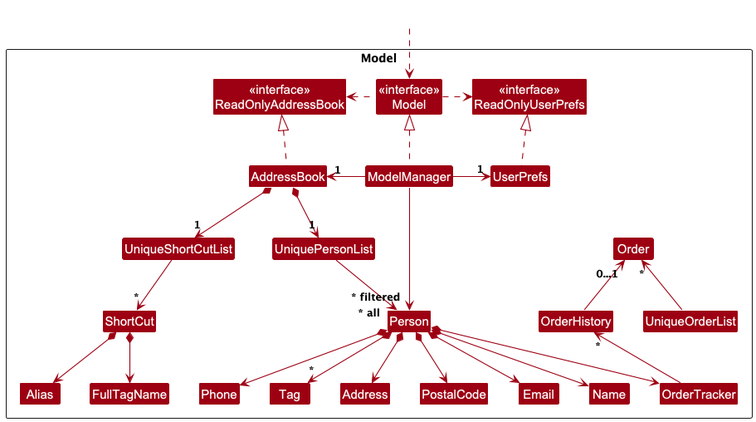
Before: docs/images/ModelClassDiagram.png, a diagram exported from PlantUML (nus-cs2103-AY2425S1/tp). Its source is kept beside it as docs/diagrams/ModelClassDiagram.puml.
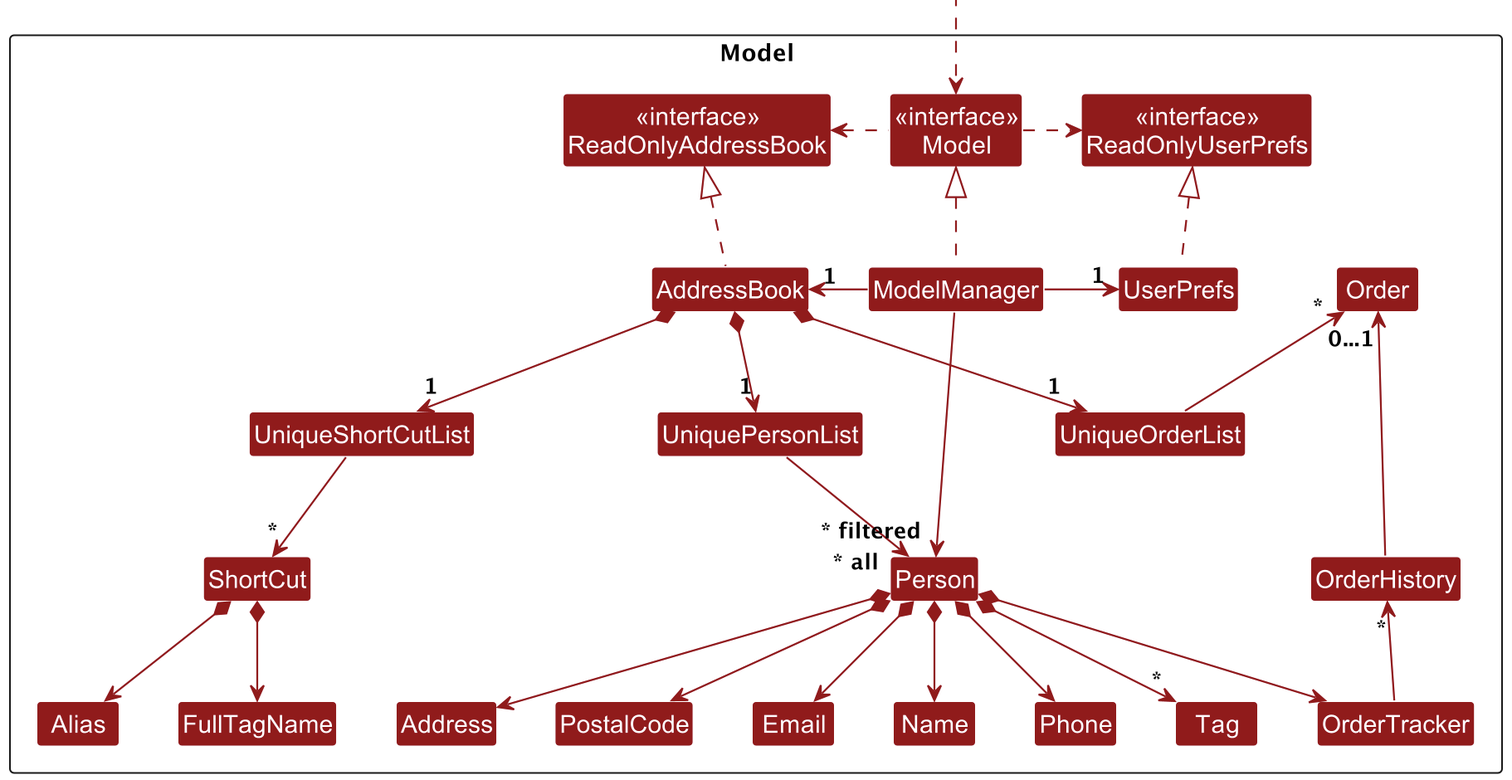
The same file after the commit.

Change to the diagram source:
```diff
@@ -59,6 +59,7 @@
 ModelManager --> "~* filtered" Person
 
 AddressBook *--> "1" UniqueShortCutList
+AddressBook *--> "1" UniqueOrderList
 UniqueShortCutList --> "*" ShortCut
 ShortCut *--> Alias
 ShortCut *--> FullTagName
```
